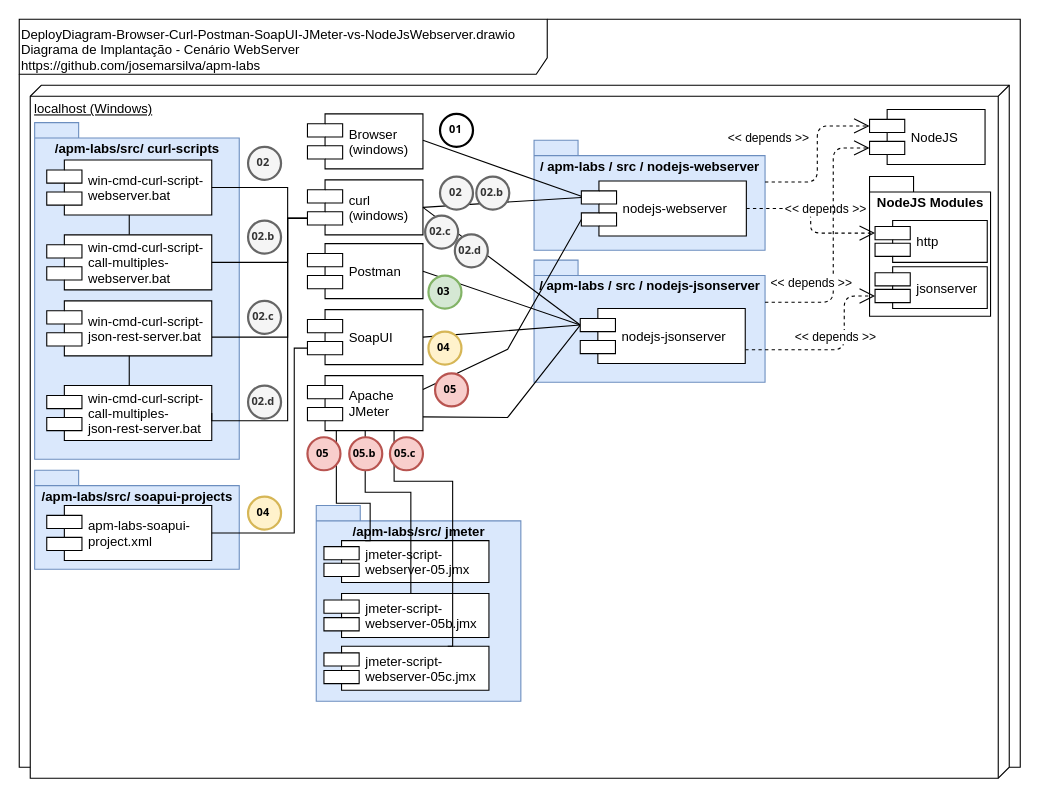
The draw.io diagram doc/DeployDiagram-Browser-Curl-Postman-SoapUI-JMeter-vs-NodeJsWebserver.drawio in josemarsilva/apm-labs, before the edit. Source tidied: cells renumbered, new cells numbered last; positions are measured from the earlier drawing's top-left corner, leaving out a move shared by most shapes. Both pictures are drawn from the tidied source at 110%, with x=0, y=0 at pixel (19, 19).
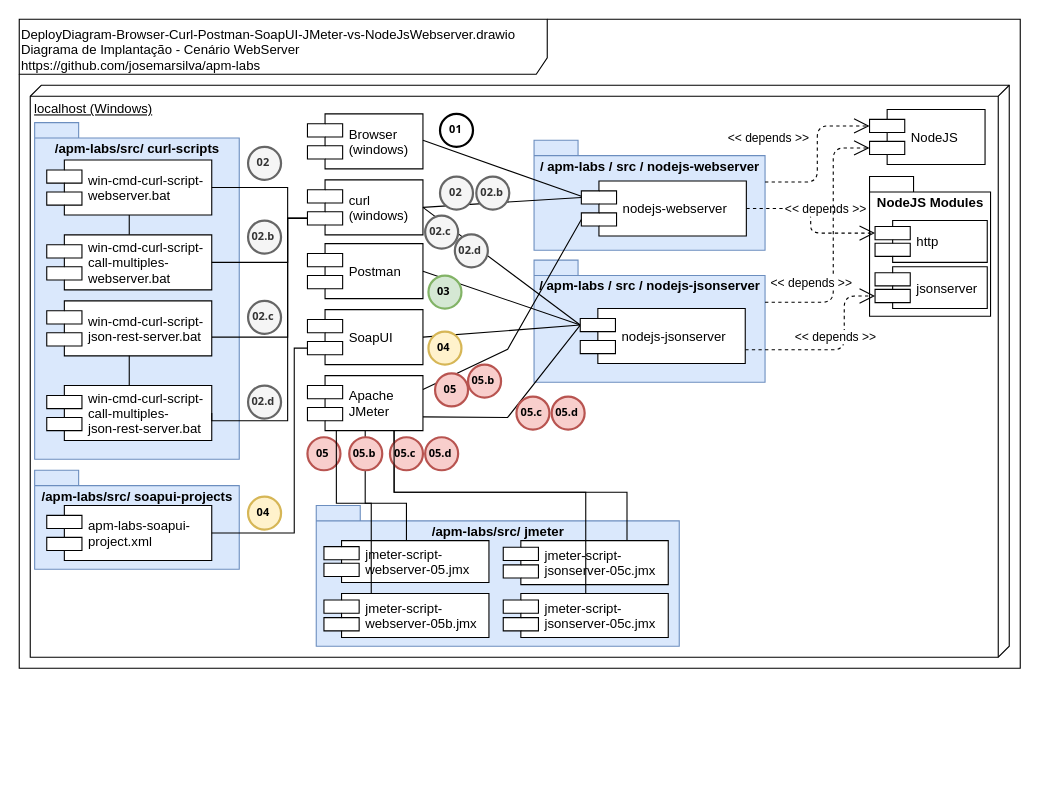
The same diagram, later.

Unchanged cells that the change refers to:
```xml
<mxCell id="11" value="Apache&#10;JMeter" style="shape=component;align=left;spacingLeft=36;" parent="1" vertex="1">
  <mxGeometry x="262" y="324" width="105" height="50" as="geometry" />
</mxCell>
<mxCell id="51" value="jmeter-script-&#10;webserver-05.jmx" style="shape=component;align=left;spacingLeft=36;" parent="1" vertex="1">
  <mxGeometry x="277" y="474" width="150" height="38" as="geometry" />
</mxCell>
<mxCell id="55" value="jmeter-script-&#10;webserver-05b.jmx" style="shape=component;align=left;spacingLeft=36;" parent="1" vertex="1">
  <mxGeometry x="277" y="522" width="150" height="40" as="geometry" />
</mxCell>
```

The edit, as a diff of the source:
```diff
@@
     <mxCell id="2" value="DeployDiagram-Browser-Curl-Postman-SoapUI-JMeter-vs-NodeJsWebserver.drawio&lt;br&gt;Diagrama de Implantação - Cenário WebServer&lt;br&gt;https://github.com/josemarsilva/apm-labs" style="shape=umlFrame;whiteSpace=wrap;html=1;width=480;height=50;verticalAlign=top;align=left;" parent="1" vertex="1">
-      <mxGeometry width="910" height="680" as="geometry" />
+      <mxGeometry width="910" height="590" as="geometry" />
     </mxCell>
     <mxCell id="3" value="localhost (Windows)" style="verticalAlign=top;align=left;spacingTop=8;spacingLeft=2;spacingRight=12;shape=cube;size=10;direction=south;fontStyle=4;html=1;" parent="1" vertex="1">
-      <mxGeometry x="10" y="60" width="890" height="630" as="geometry" />
+      <mxGeometry x="10" y="60" width="890" height="520" as="geometry" />
     </mxCell>
@@
     <mxCell id="50" value="&lt;div style=&quot;text-align: left&quot;&gt;&lt;span&gt;/apm-labs/src/&amp;nbsp;&lt;/span&gt;&lt;span&gt;jmeter&lt;/span&gt;&lt;/div&gt;" style="shape=folder;fontStyle=1;spacingTop=10;tabWidth=40;tabHeight=14;tabPosition=left;html=1;verticalAlign=top;fillColor=#dae8fc;strokeColor=#6c8ebf;" parent="1" vertex="1">
-      <mxGeometry x="270" y="442" width="186" height="178" as="geometry" />
+      <mxGeometry x="270" y="442" width="330" height="128" as="geometry" />
     </mxCell>
@@
-    <mxCell id="53" style="rounded=0;jettySize=auto;html=1;entryX=0.25;entryY=1;entryDx=0;entryDy=0;endArrow=none;endFill=0;exitX=0.25;exitY=0;exitDx=0;exitDy=0;edgeStyle=orthogonalEdgeStyle;" parent="1" edge="1" source="51" target="11">
+    <mxCell id="53" style="rounded=0;jettySize=auto;html=1;entryX=0.5;entryY=1;entryDx=0;entryDy=0;endArrow=none;endFill=0;exitX=0.5;exitY=0;exitDx=0;exitDy=0;edgeStyle=orthogonalEdgeStyle;" parent="1" edge="1" source="51" target="11">
       <mxGeometry relative="1" as="geometry">
         <Array as="points">
-          <mxPoint x="319" y="440" />
-          <mxPoint x="288" y="440" />
+          <mxPoint x="352" y="440" />
+          <mxPoint x="315" y="440" />
         </Array>
       </mxGeometry>
     </mxCell>
@@
-    <mxCell id="56" style="rounded=0;jettySize=auto;html=1;entryX=0.5;entryY=1;entryDx=0;entryDy=0;endArrow=none;endFill=0;exitX=0.5;exitY=0;exitDx=0;exitDy=0;edgeStyle=orthogonalEdgeStyle;" parent="1" edge="1" source="55" target="11">
-      <mxGeometry relative="1" as="geometry">
-        <Array as="points">
-          <mxPoint x="356" y="430" />
-          <mxPoint x="315" y="430" />
-        </Array>
-      </mxGeometry>
-    </mxCell>
@@
-    <mxCell id="61" value="jmeter-script-&#10;webserver-05c.jmx" style="shape=component;align=left;spacingLeft=36;" parent="1" vertex="1">
-      <mxGeometry x="277" y="570" width="150" height="40" as="geometry" />
+    <mxCell id="61" value="jmeter-script- &#10;jsonserver-05c.jmx" style="shape=component;align=left;spacingLeft=36;" parent="1" vertex="1">
+      <mxGeometry x="440" y="474" width="150" height="40" as="geometry" />
     </mxCell>
     <mxCell id="62" style="rounded=0;jettySize=auto;html=1;entryX=0.75;entryY=1;entryDx=0;entryDy=0;endArrow=none;endFill=0;exitX=0.75;exitY=0;exitDx=0;exitDy=0;edgeStyle=orthogonalEdgeStyle;" parent="1" edge="1" source="61" target="11">
       <mxGeometry relative="1" as="geometry">
         <Array as="points">
-          <mxPoint x="394" y="420" />
-          <mxPoint x="341" y="420" />
+          <mxPoint x="553" y="430" />
+          <mxPoint x="341" y="430" />
         </Array>
       </mxGeometry>
     </mxCell>
+    <mxCell id="64" value="05.c" style="ellipse;whiteSpace=wrap;html=1;strokeWidth=2;fontFamily=Tahoma;spacingBottom=4;spacingRight=2;fontStyle=1;fillColor=#f8cecc;strokeColor=#b85450;fontSize=10;" parent="1" vertex="1">
+      <mxGeometry x="337" y="380" width="30" height="30" as="geometry" />
+    </mxCell>
+    <mxCell id="65" value="jmeter-script- &#10;jsonserver-05c.jmx" style="shape=component;align=left;spacingLeft=36;" parent="1" vertex="1">
+      <mxGeometry x="440" y="522" width="150" height="40" as="geometry" />
+    </mxCell>
+    <mxCell id="66" style="rounded=0;jettySize=auto;html=1;endArrow=none;endFill=0;exitX=0.5;exitY=0;exitDx=0;exitDy=0;edgeStyle=orthogonalEdgeStyle;entryX=0.75;entryY=1;entryDx=0;entryDy=0;" parent="1" edge="1" source="65" target="11">
+      <mxGeometry relative="1" as="geometry">
+        <Array as="points">
+          <mxPoint x="515" y="430" />
+          <mxPoint x="341" y="430" />
+        </Array>
+      </mxGeometry>
+    </mxCell>
+    <mxCell id="67" value="05.d" style="ellipse;whiteSpace=wrap;html=1;strokeWidth=2;fontFamily=Tahoma;spacingBottom=4;spacingRight=2;fontStyle=1;fillColor=#f8cecc;strokeColor=#b85450;fontSize=10;" parent="1" vertex="1">
+      <mxGeometry x="369" y="380" width="30" height="30" as="geometry" />
+    </mxCell>
+    <mxCell id="68" value="05.b" style="ellipse;whiteSpace=wrap;html=1;strokeWidth=2;fontFamily=Tahoma;spacingBottom=4;spacingRight=2;fontStyle=1;fillColor=#f8cecc;strokeColor=#b85450;fontSize=10;" parent="1" vertex="1">
+      <mxGeometry x="408" y="314" width="30" height="30" as="geometry" />
+    </mxCell>
+    <mxCell id="69" value="05.c" style="ellipse;whiteSpace=wrap;html=1;strokeWidth=2;fontFamily=Tahoma;spacingBottom=4;spacingRight=2;fontStyle=1;fillColor=#f8cecc;strokeColor=#b85450;fontSize=10;" parent="1" vertex="1">
+      <mxGeometry x="452" y="343" width="30" height="30" as="geometry" />
+    </mxCell>
+    <mxCell id="70" value="05.d" style="ellipse;whiteSpace=wrap;html=1;strokeWidth=2;fontFamily=Tahoma;spacingBottom=4;spacingRight=2;fontStyle=1;fillColor=#f8cecc;strokeColor=#b85450;fontSize=10;" parent="1" vertex="1">
+      <mxGeometry x="484" y="343" width="30" height="30" as="geometry" />
+    </mxCell>
+    <mxCell id="56" style="rounded=0;jettySize=auto;html=1;entryX=0.25;entryY=1;entryDx=0;entryDy=0;endArrow=none;endFill=0;exitX=0.25;exitY=0;exitDx=0;exitDy=0;edgeStyle=orthogonalEdgeStyle;" parent="1" edge="1" source="55" target="11">
+      <mxGeometry relative="1" as="geometry">
+        <Array as="points">
+          <mxPoint x="320" y="522" />
+          <mxPoint x="320" y="440" />
+          <mxPoint x="288" y="440" />
+        </Array>
+      </mxGeometry>
+    </mxCell>
@@
-    <mxCell id="64" value="05.c" style="ellipse;whiteSpace=wrap;html=1;strokeWidth=2;fontFamily=Tahoma;spacingBottom=4;spacingRight=2;fontStyle=1;fillColor=#f8cecc;strokeColor=#b85450;fontSize=10;" parent="1" vertex="1">
-      <mxGeometry x="337" y="380" width="30" height="30" as="geometry" />
-    </mxCell>
```
